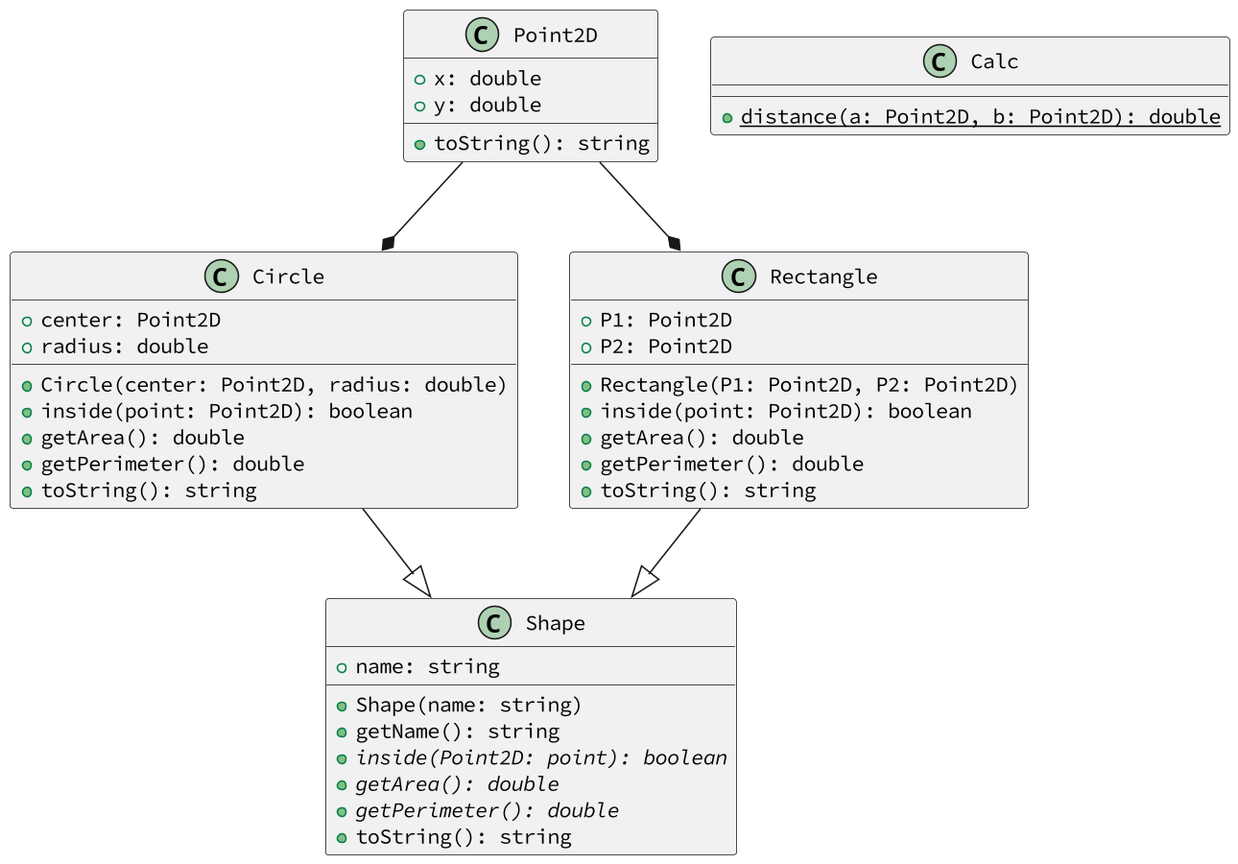
Above: base/047/diagrama.png in qxcodepoo/arcade (PlantUML), before the change.
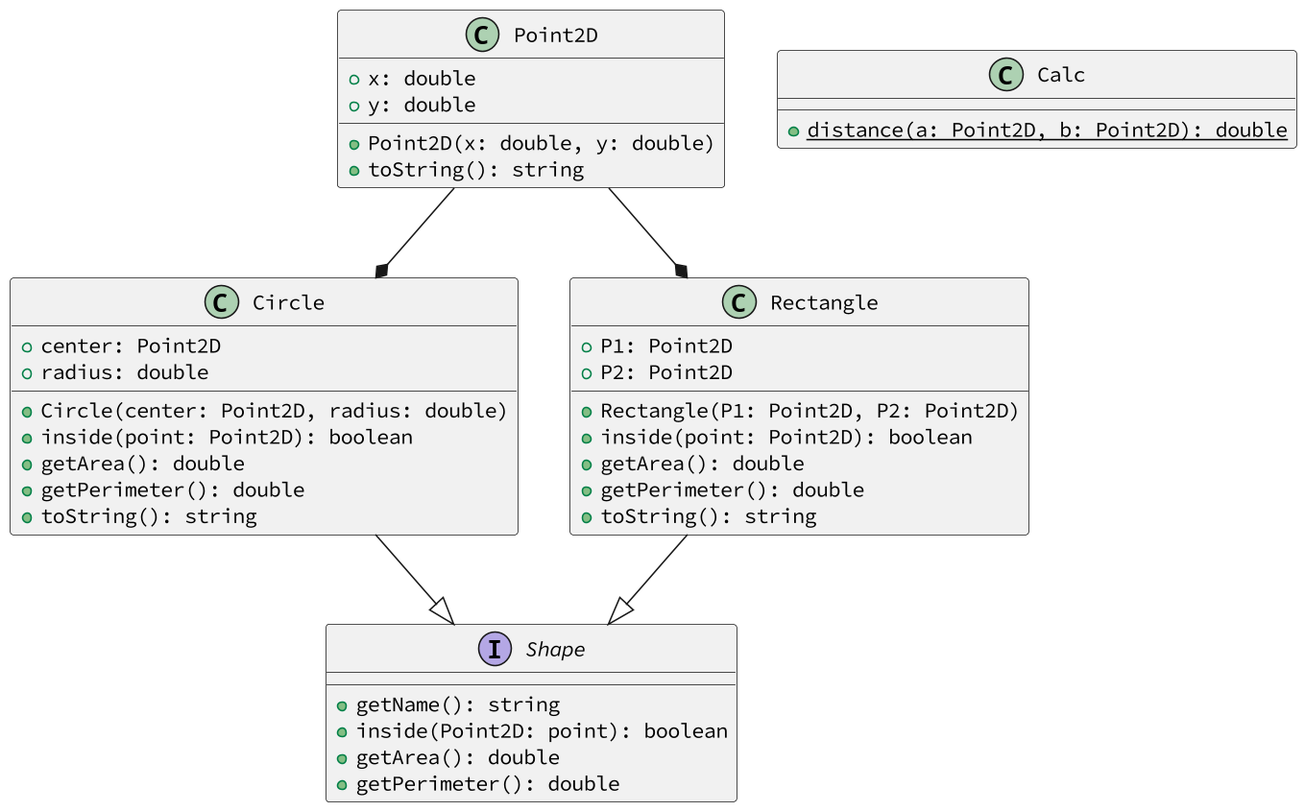
The same diagram one commit later.

Commit message:
fix: move shape to interface

What changed in the source:
```diff
@@ -4,19 +4,17 @@
 class Point2D {
     + x: double
     + y: double
+    + Point2D(x: double, y: double)
     + toString(): string
 }
 class Calc {
     + {static} distance(a: Point2D, b: Point2D): double
 }
-class Shape {
-    + name: string
-    + Shape(name: string)
+interface Shape {
     + getName(): string
-    + {abstract} inside(Point2D: point): boolean
-    + {abstract} getArea(): double
-    + {abstract} getPerimeter(): double
-    + toString(): string
+    + inside(Point2D: point): boolean
+    + getArea(): double
+    + getPerimeter(): double
 }
 class Circle {
     + center: Point2D
```
